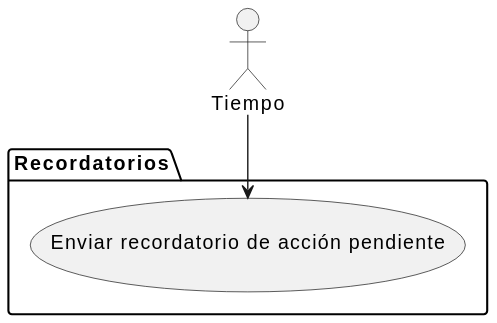
Above: docs/casosDeUso/diagramaCasosDeUso/tiempo/manejoNotificaciones/manejoNotificaciones.svg in mmasias/24-25-IdSw1-SDR (PlantUML), before the change.
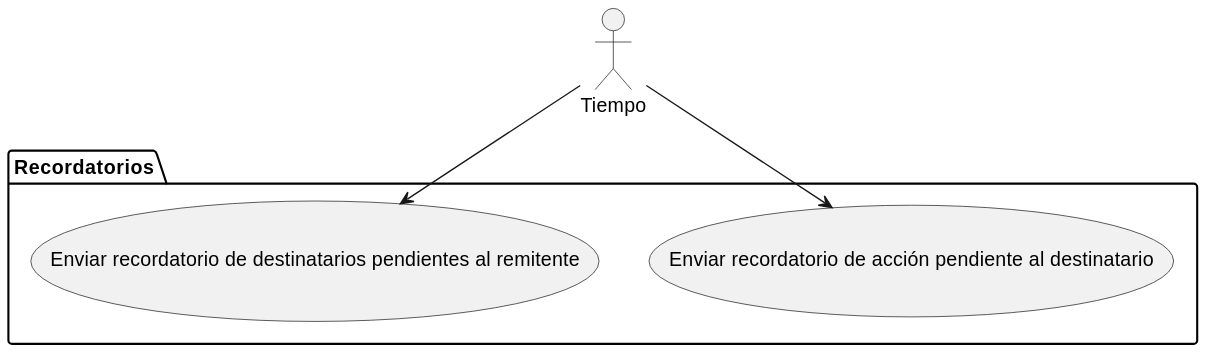
Above is the later version.

Diff of the diagram source:
```diff
@@ -2,8 +2,10 @@
 actor "Tiempo" as Tiempo
 
 package "Recordatorios" {
-    usecase "Enviar recordatorio de acción pendiente" as R1
+    usecase "Enviar recordatorio de acción pendiente al destinatario" as R1
+    usecase "Enviar recordatorio de destinatarios pendientes al remitente" as R2
 }
 
 Tiempo --> R1
+Tiempo --> R2
 @enduml
```
